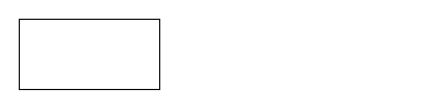
Earlier version of the draw.io diagram Untitled Diagram.drawio (anniejstein/census2020). Source tidied: cells renumbered, new cells numbered last; positions are measured from the earlier drawing's top-left corner, leaving out a move shared by most shapes. Both pictures are drawn from the tidied source at 117%, with x=0, y=0 at pixel (19, 19).
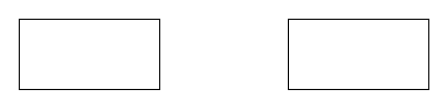
The same diagram, later.

Diff of the diagram source:
```diff
@@
 <mxGraphModel>
   <root>
     <mxCell id="0" />
     <mxCell id="1" parent="0" />
     <mxCell id="2" style="rounded=0;whiteSpace=wrap;html=1;" parent="1" vertex="1">
       <mxGeometry width="120" height="60" as="geometry" />
     </mxCell>
+    <mxCell id="3" style="rounded=0;whiteSpace=wrap;html=1;" parent="1" vertex="1">
+      <mxGeometry x="230" width="120" height="60" as="geometry" />
+    </mxCell>
   </root>
 </mxGraphModel>
```
